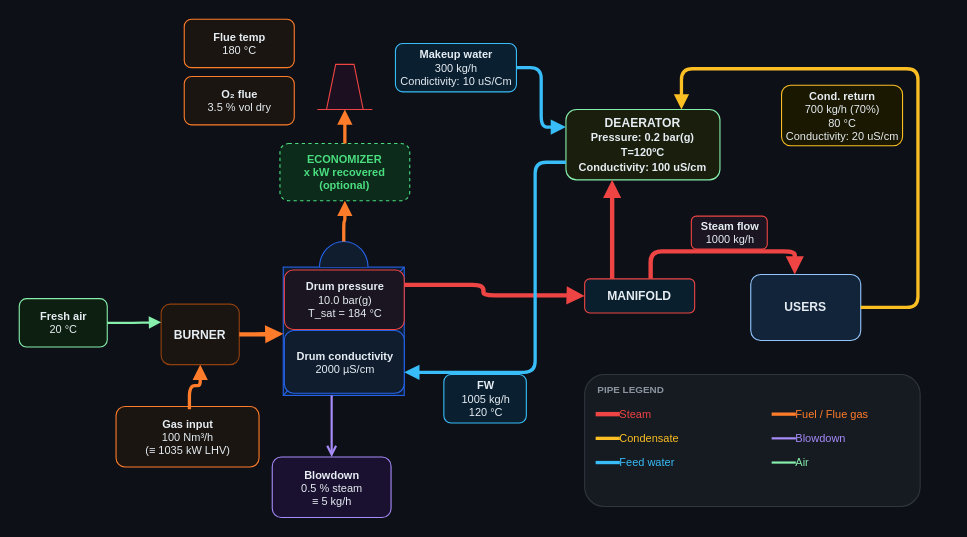
The draw.io diagram BoilerhouseSim/boilerhouse.drawio in tomsanzf/ThermalEngineeringTools, before the edit. Source tidied: cells renumbered, new cells numbered last; positions are measured from the earlier drawing's top-left corner, leaving out a move shared by most shapes. Both pictures are drawn from the tidied source at 110%, with x=0, y=0 at pixel (19, 19).
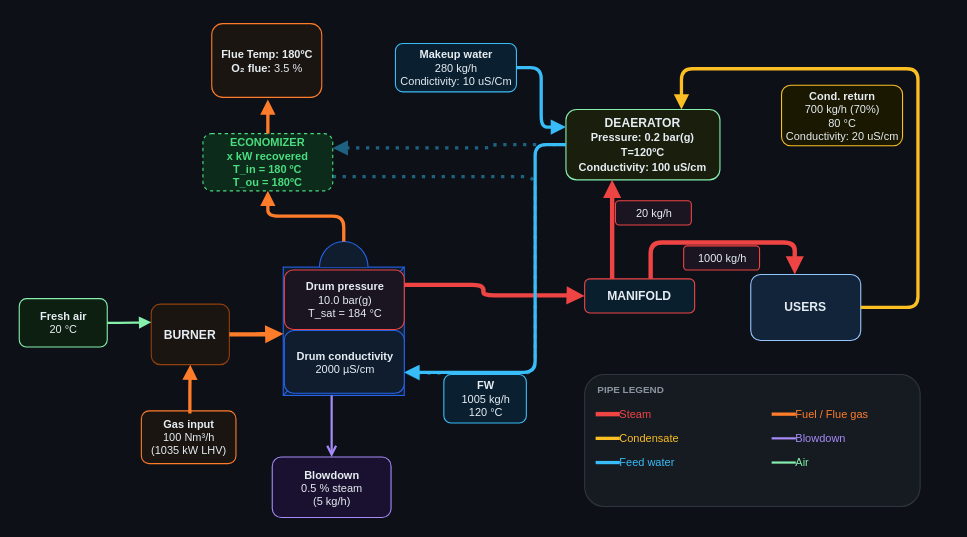
The same page after the edit.

Unchanged cells that the change refers to:
```xml
<mxCell id="2" style="verticalLabelPosition=top;outlineConnect=0;align=center;dashed=0;html=1;verticalAlign=bottom;shape=mxgraph.pid.misc.boiler_(dome,_hot_liquid);fillColor=#0f1d2e;strokeColor=#2563eb;fontColor=#e6edf3;fontSize=11;fontStyle=1;labelBackgroundColor=none;" parent="1" vertex="1">
  <mxGeometry x="240" y="202" width="110" height="140" as="geometry" />
</mxCell>
<mxCell id="6" value="MANIFOLD" style="rounded=1;whiteSpace=wrap;html=1;fillColor=#0a1f2e;strokeColor=#ef4444;fontColor=#e6edf3;fontSize=11;fontStyle=1;" parent="1" vertex="1">
  <mxGeometry x="514" y="236" width="100" height="31" as="geometry" />
</mxCell>
<mxCell id="7" value="DEAERATOR&lt;div&gt;&lt;font style=&quot;font-size: 10px;&quot;&gt;Pressure: 0.2 bar(g)&lt;/font&gt;&lt;/div&gt;&lt;div&gt;&lt;font style=&quot;font-size: 10px;&quot;&gt;T=120ºC&lt;/font&gt;&lt;/div&gt;&lt;div&gt;&lt;font style=&quot;font-size: 10px;&quot;&gt;Conductivity: 100 uS/cm&lt;/font&gt;&lt;/div&gt;" style="rounded=1;whiteSpace=wrap;html=1;fillColor=#1a1f0d;strokeColor=#86efac;fontColor=#e6edf3;fontSize=11;fontStyle=1;" parent="1" vertex="1">
  <mxGeometry x="497" y="82" width="140" height="64" as="geometry" />
</mxCell>
<mxCell id="8" value="USERS" style="rounded=1;whiteSpace=wrap;html=1;fillColor=#12243a;strokeColor=#93c5fd;fontColor=#e6edf3;fontSize=11;fontStyle=1;" parent="1" vertex="1">
  <mxGeometry x="665" y="232" width="100" height="60" as="geometry" />
</mxCell>
<mxCell id="14" value="&lt;b&gt;Drum conductivity&lt;/b&gt;&#10;2000 µS/cm" style="text;html=1;align=center;verticalAlign=middle;strokeColor=#2563eb;fillColor=#0f1d2e;fontColor=#e6edf3;fontSize=10;rounded=1;" parent="1" vertex="1">
  <mxGeometry x="241" y="283" width="109" height="57" as="geometry" />
</mxCell>
```

Change to the diagram source:
```diff
@@
+    <mxCell id="46" style="edgeStyle=orthogonalEdgeStyle;html=1;rounded=1;strokeColor=#1D6281;strokeWidth=3;endArrow=block;endFill=1;exitX=0;exitY=0.5;exitDx=0;exitDy=0;entryX=1;entryY=0.25;entryDx=0;entryDy=0;fontSize=9;fontColor=#38bdf8;labelBackgroundColor=none;dashed=1;dashPattern=1 2;" parent="1" edge="1" source="7" target="5">
+      <mxGeometry y="6" relative="1" as="geometry">
+        <Array as="points">
+          <mxPoint x="428" y="114" />
+          <mxPoint x="428" y="117" />
+        </Array>
+      </mxGeometry>
+    </mxCell>
+    <mxCell id="47" style="edgeStyle=orthogonalEdgeStyle;html=1;rounded=1;strokeColor=#1D6281;strokeWidth=3;endArrow=block;endFill=1;exitX=1;exitY=0.75;exitDx=0;exitDy=0;entryX=1.002;entryY=0.679;entryDx=0;entryDy=0;fontSize=9;fontColor=#38bdf8;labelBackgroundColor=none;entryPerimeter=0;dashed=1;dashPattern=1 2;" parent="1" edge="1" source="5" target="14">
+      <mxGeometry y="6" relative="1" as="geometry">
+        <Array as="points">
+          <mxPoint x="469" y="143" />
+          <mxPoint x="469" y="321" />
+          <mxPoint x="350" y="321" />
+        </Array>
+      </mxGeometry>
+    </mxCell>
@@
     <mxCell id="3" value="BURNER" style="rounded=1;whiteSpace=wrap;html=1;fillColor=#1a1510;strokeColor=#92400e;fontColor=#e6edf3;fontSize=11;fontStyle=1;" parent="1" vertex="1">
-      <mxGeometry x="129" y="259" width="71" height="55" as="geometry" />
+      <mxGeometry x="120" y="259" width="71" height="55" as="geometry" />
     </mxCell>
-    <mxCell id="4" style="verticalLabelPosition=bottom;outlineConnect=0;align=center;dashed=0;html=1;verticalAlign=top;shape=mxgraph.pid.misc.stack,_chimney;fillColor=#1c1020;strokeColor=#ef4444;fontColor=#ef4444;fontSize=10;fontStyle=1;" parent="1" vertex="1">
-      <mxGeometry x="271" y="41" width="50" height="41" as="geometry" />
-    </mxCell>
-    <mxCell id="5" value="ECONOMIZER&lt;div&gt;x kW recovered&lt;br&gt;(optional)&lt;/div&gt;" style="rounded=1;whiteSpace=wrap;html=1;fillColor=#0d2b1a;strokeColor=#4ade80;fontColor=#4ade80;fontSize=10;fontStyle=1;dashed=1;" parent="1" vertex="1">
-      <mxGeometry x="237" y="113" width="118" height="52" as="geometry" />
+    <mxCell id="5" value="ECONOMIZER&lt;div&gt;x kW recovered&lt;br&gt;T_in = 180 ºC&lt;/div&gt;&lt;div&gt;T_ou = 180ºC&lt;/div&gt;" style="rounded=1;whiteSpace=wrap;html=1;fillColor=#0d2b1a;strokeColor=#4ade80;fontColor=#4ade80;fontSize=10;fontStyle=1;dashed=1;" parent="1" vertex="1">
+      <mxGeometry x="167" y="104" width="118" height="52" as="geometry" />
     </mxCell>
@@
-    <mxCell id="9" value="&lt;b&gt;Gas input&lt;/b&gt;&#10;100 Nm³/h&#10;(≡ 1035 kW LHV)" style="text;html=1;align=center;verticalAlign=middle;points=[];strokeColor=#ff7c2a;fillColor=#1a1510;fontColor=#e6edf3;fontSize=10;rounded=1;" parent="1" vertex="1">
-      <mxGeometry x="88" y="352" width="130" height="55" as="geometry" />
+    <mxCell id="9" value="&lt;b&gt;Gas input&lt;/b&gt;&lt;br&gt;100 Nm³/h&lt;br&gt;(1035 kW LHV)" style="text;html=1;align=center;verticalAlign=middle;points=[];strokeColor=#ff7c2a;fillColor=#1a1510;fontColor=#e6edf3;fontSize=10;rounded=1;" parent="1" vertex="1">
+      <mxGeometry x="111" y="356" width="86" height="48" as="geometry" />
     </mxCell>
@@
-    <mxCell id="11" value="&lt;b&gt;Flue temp&lt;/b&gt;&#10;180 °C" style="text;html=1;align=center;verticalAlign=middle;strokeColor=#ff7c2a;fillColor=#1a1510;fontColor=#e6edf3;fontSize=10;rounded=1;" parent="1" vertex="1">
-      <mxGeometry x="150" width="100" height="44" as="geometry" />
-    </mxCell>
-    <mxCell id="12" value="&lt;b&gt;O₂ flue&lt;/b&gt;&#10;3.5 % vol dry" style="text;html=1;align=center;verticalAlign=middle;strokeColor=#ff7c2a;fillColor=#1a1510;fontColor=#e6edf3;fontSize=10;rounded=1;" parent="1" vertex="1">
-      <mxGeometry x="150" y="52" width="100" height="44" as="geometry" />
+    <mxCell id="12" value="&lt;div&gt;&lt;b&gt;Flue Temp: 180ºC&lt;/b&gt;&lt;/div&gt;&lt;b&gt;O₂ flue:&amp;nbsp;&lt;/b&gt;3.5 %" style="text;html=1;align=center;verticalAlign=middle;strokeColor=#ff7c2a;fillColor=#1a1510;fontColor=#e6edf3;fontSize=10;rounded=1;" parent="1" vertex="1">
+      <mxGeometry x="175" y="4" width="100" height="67" as="geometry" />
     </mxCell>
@@
-    <mxCell id="15" value="&lt;b&gt;Blowdown&lt;/b&gt;&#10;0.5 % steam&#10;≡ 5 kg/h" style="text;html=1;align=center;verticalAlign=middle;strokeColor=#a78bfa;fillColor=#1a1030;fontColor=#e6edf3;fontSize=10;rounded=1;" parent="1" vertex="1">
+    <mxCell id="15" value="&lt;b&gt;Blowdown&lt;/b&gt;&lt;br&gt;0.5 % steam&lt;br&gt;(5 kg/h)" style="text;html=1;align=center;verticalAlign=middle;strokeColor=#a78bfa;fillColor=#1a1030;fontColor=#e6edf3;fontSize=10;rounded=1;" parent="1" vertex="1">
       <mxGeometry x="230" y="398" width="108" height="55" as="geometry" />
     </mxCell>
-    <mxCell id="16" value="&lt;b&gt;Makeup water&lt;/b&gt;&lt;br&gt;300 kg/h&lt;div&gt;Condictivity: 10 uS/Cm&lt;/div&gt;" style="text;html=1;align=center;verticalAlign=middle;strokeColor=#38bdf8;fillColor=#0a1f30;fontColor=#e6edf3;fontSize=10;rounded=1;" parent="1" vertex="1">
+    <mxCell id="16" value="&lt;b&gt;Makeup water&lt;/b&gt;&lt;br&gt;280 kg/h&lt;div&gt;Condictivity: 10 uS/Cm&lt;/div&gt;" style="text;html=1;align=center;verticalAlign=middle;strokeColor=#38bdf8;fillColor=#0a1f30;fontColor=#e6edf3;fontSize=10;rounded=1;" parent="1" vertex="1">
       <mxGeometry x="342" y="22" width="110" height="44" as="geometry" />
     </mxCell>
@@
-    <mxCell id="18" value="&lt;b&gt;Steam flow&lt;/b&gt;&#10;1000 kg/h" style="text;html=1;align=center;verticalAlign=middle;strokeColor=#ef4444;fillColor=#1a1520;fontColor=#e6edf3;fontSize=10;rounded=1;" parent="1" vertex="1">
-      <mxGeometry x="611" y="179" width="69" height="30" as="geometry" />
+    <mxCell id="18" value="1000 kg/h" style="text;html=1;align=center;verticalAlign=middle;strokeColor=#ef4444;fillColor=#1a1520;fontColor=#e6edf3;fontSize=10;rounded=1;" parent="1" vertex="1">
+      <mxGeometry x="604" y="206" width="69" height="22" as="geometry" />
     </mxCell>
@@
-    <mxCell id="21" style="edgeStyle=orthogonalEdgeStyle;html=1;rounded=1;strokeColor=#ff7c2a;strokeWidth=3;endArrow=block;endFill=1;exitX=0.5;exitY=0;exitDx=0;exitDy=0;entryX=0.5;entryY=1;entryDx=0;entryDy=0;" parent="1" edge="1" source="5" target="4">
-      <mxGeometry relative="1" as="geometry" />
+    <mxCell id="21" style="edgeStyle=orthogonalEdgeStyle;html=1;rounded=1;strokeColor=#ff7c2a;strokeWidth=3;endArrow=block;endFill=1;exitX=0.5;exitY=0;exitDx=0;exitDy=0;entryX=0.5;entryY=1;entryDx=0;entryDy=0;" parent="1" edge="1" source="5">
+      <mxGeometry relative="1" as="geometry">
+        <mxPoint x="226" y="73" as="targetPoint" />
+      </mxGeometry>
     </mxCell>
@@
     <mxCell id="27" style="edgeStyle=orthogonalEdgeStyle;html=1;rounded=1;strokeColor=#ef4444;strokeWidth=4;endArrow=block;endFill=1;exitX=0.6;exitY=0;exitDx=0;exitDy=0;entryX=0.4;entryY=0;entryDx=0;entryDy=0;fontSize=9;fontColor=#ef4444;labelBackgroundColor=none;" parent="1" edge="1" source="6" target="8">
       <mxGeometry x="-0.01" y="-22" relative="1" as="geometry">
         <Array as="points">
-          <mxPoint x="574" y="211" />
-          <mxPoint x="705" y="211" />
-          <mxPoint x="705" y="232" />
+          <mxPoint x="574" y="203" />
+          <mxPoint x="705" y="203" />
         </Array>
       </mxGeometry>
     </mxCell>
@@
-    <mxCell id="30" style="edgeStyle=orthogonalEdgeStyle;html=1;rounded=1;strokeColor=#38bdf8;strokeWidth=3;endArrow=block;endFill=1;exitX=0;exitY=0.75;exitDx=0;exitDy=0;entryX=1;entryY=0.85;entryDx=0;entryDy=0;fontSize=9;fontColor=#38bdf8;labelBackgroundColor=none;" parent="1" edge="1" source="7" target="2">
+    <mxCell id="30" style="edgeStyle=orthogonalEdgeStyle;html=1;rounded=1;strokeColor=#38bdf8;strokeWidth=3;endArrow=block;endFill=1;exitX=0;exitY=0.5;exitDx=0;exitDy=0;entryX=1;entryY=0.85;entryDx=0;entryDy=0;fontSize=9;fontColor=#38bdf8;labelBackgroundColor=none;" parent="1" edge="1" source="7" target="2">
       <mxGeometry y="6" relative="1" as="geometry">
         <Array as="points">
-          <mxPoint x="469" y="130" />
+          <mxPoint x="469" y="114" />
           <mxPoint x="469" y="321" />
         </Array>
       </mxGeometry>
     </mxCell>
@@
+    <mxCell id="48" value="20 kg/h" style="text;html=1;align=center;verticalAlign=middle;strokeColor=#ef4444;fillColor=#1a1520;fontColor=#e6edf3;fontSize=10;rounded=1;" parent="1" vertex="1">
+      <mxGeometry x="542" y="165" width="69" height="22" as="geometry" />
+    </mxCell>
```
